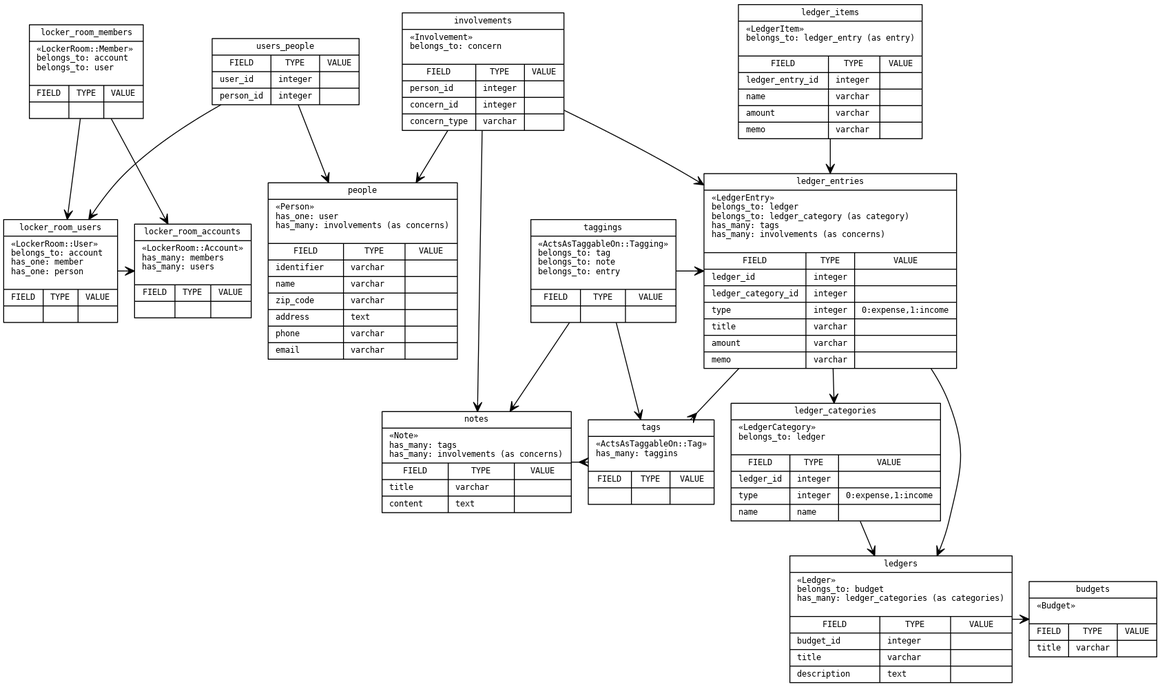
Before: doc/er.png, a diagram exported from Graphviz (grauwoelfchen/clerkdesk). Its source is kept beside it as doc/er.dot.
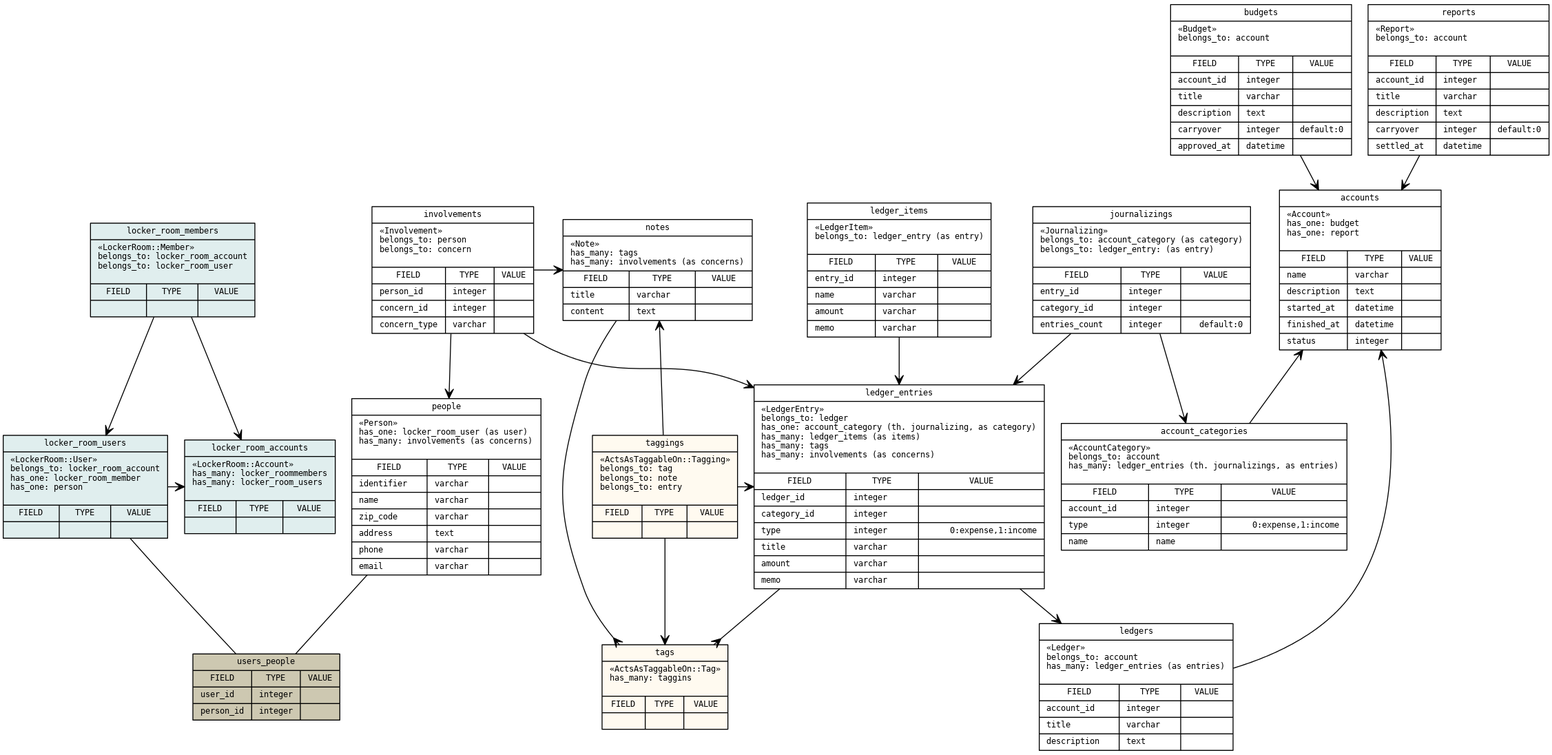
Above is the later version.

Diff of the diagram source:
```diff
@@ -18,28 +18,37 @@
     rankdir = LR
   ]
 
-  Account [
-    label = "{locker_room_accounts|«LockerRoom::Account»\lhas_many: members\lhas_many: users\l\n|{ \
+  LockerRoomAccount [
+    label = "{locker_room_accounts|«LockerRoom::Account»\lhas_many: locker_roommembers\lhas_many: locker_room_users\l\n|{ \
       {FIELD|\l}| \
       {TYPE|\l}| \
       {VALUE|\r} \
     }}"
+    style     = "filled"
+    fontcolor = "black"
+    fillcolor = "azure2"
   ]
 
-  User [
-    label = "{locker_room_users|«LockerRoom::User»\lbelongs_to: account\lhas_one: member\lhas_one: person\l\n|{ \
+  LockerRoomUser [
+    label = "{locker_room_users|«LockerRoom::User»\lbelongs_to: locker_room_account\lhas_one: locker_room_member\lhas_one: person\l\n|{ \
       {FIELD|\l}| \
       {TYPE|\l}| \
       {VALUE|\r} \
     }}"
+    style     = "filled"
+    fontcolor = "black"
+    fillcolor = "azure2"
   ]
 
-  Member [
-    label = "{locker_room_members|«LockerRoom::Member»\lbelongs_to: account\lbelongs_to: user\l\n|{ \
+  LockerRoomMember [
+    label = "{locker_room_members|«LockerRoom::Member»\lbelongs_to: locker_room_account\lbelongs_to: locker_room_user\l\n|{ \
       {FIELD|\l}| \
       {TYPE|\l}| \
       {VALUE|\r} \
     }}"
+    style     = "filled"
+    fontcolor = "black"
+    fillcolor = "azure2"
   ]
 
   Tag [
@@ -48,6 +57,9 @@
       {TYPE|\l}| \
       {VALUE|\r} \
     }}"
+    style     = "filled"
+    fontcolor = "black"
+    fillcolor = "floralwhite"
   ]
 
   Tagging [
@@ -56,6 +68,9 @@
       {TYPE|\l}| \
       {VALUE|\r} \
     }}"
+    style     = "filled"
+    fontcolor = "black"
+    fillcolor = "floralwhite"
   ]
 
   Note [
@@ -66,33 +81,58 @@
     }}"
   ]
 
+  Account [
+    label = "{accounts|«Account»\lhas_one: budget\lhas_one: settlement\l\n|{ \
+      {FIELD|name\l|description\l|started_at\l|finished_at\l|status\l}| \
+      {TYPE|varchar\l|text\l|datetime\l|datetime\l|integer\l}| \
+      {VALUE|\r|\r|\r|\r|\r} \
+    }}"
+  ]
+
+
+  AccountCategory [
+    label = "{account_categories|«AccountCategory»\lbelongs_to: account\lhas_many: ledger_entries (th. journalizings, as entries)\l\n|{ \
+      {FIELD|account_id\l|type\l|name\l}| \
+      {TYPE|integer\l|integer\l|name\l}| \
+      {VALUE|\r|0:expense,1:income\r|\r} \
+    }}"
+  ]
+
   Budget [
-    label = "{budgets|«Budget»\l\n|{ \
-      {FIELD|title\l}| \
-      {TYPE|varchar\l}| \
-      {VALUE|\r} \
+    label = "{budgets|«Budget»\lbelongs_to: account\l\n|{ \
+      {FIELD|account_id\l|title\l|description\l|carryover\l|approved_at\l}| \
+      {TYPE|integer\l|varchar\l|text\l|integer\l|datetime}| \
+      {VALUE|\r|\r|\r|default:0\r|\r} \
+    }}"
+  ]
+
+  Settlement [
+    label = "{settlements|«Settlement»\lbelongs_to: account\l\n|{ \
+      {FIELD|account_id\l|title\l|description\l|carryover\l|approved_at\l}| \
+      {TYPE|integer\l|varchar\l|text\l|integer\l|datetime}| \
+      {VALUE|\r|\r|\r|default:0\r|\r} \
     }}"
   ]
 
   Ledger [
-    label = "{ledgers|«Ledger»\lbelongs_to: budget\lhas_many: ledger_categories (as categories)\l\n|{ \
-      {FIELD|budget_id\l|title\l|description\l}| \
+    label = "{ledgers|«Ledger»\lbelongs_to: account\lhas_many: ledger_entries (as entries)\l\n|{ \
+      {FIELD|account_id\l|title\l|description\l}| \
       {TYPE|integer\l|varchar\l|text\l}| \
       {VALUE|\r|\r|\r} \
     }}"
   ]
 
-  LedgerCategory [
-    label = "{ledger_categories|«LedgerCategory»\lbelongs_to: ledger\l\n|{ \
-      {FIELD|ledger_id\l|type\l|name\l}| \
-      {TYPE|integer\l|integer\l|name\l}| \
-      {VALUE|\r|0:expense,1:income\r|\r} \
+  Journalizing [
+    label = "{journalizings|«Journalizing»\lbelongs_to: account_category (as category)\lbelongs_to: ledger_entry: (as entry)\l\n|{ \
+      {FIELD|entry_id\l|category_id\l|entries_count\l}| \
+      {TYPE|integer\l|integer\l|integer\l}| \
+      {VALUE|\r|\r|default:0\r} \
     }}"
   ]
 
   LedgerEntry [
-    label = "{ledger_entries|«LedgerEntry»\lbelongs_to: ledger\lbelongs_to: ledger_category (as category)\lhas_many: tags\lhas_many: involvements (as concerns)\l\n|{ \
-      {FIELD|ledger_id\l|ledger_category_id\l|type\l|title\l|amount\l|memo\l}| \
+    label = "{ledger_entries|«LedgerEntry»\lbelongs_to: ledger\lhas_one: account_category (th. journalizing, as category)\lhas_many: ledger_items (as items)\lhas_many: tags\lhas_many: involvements (as concerns)\l\n|{ \
+      {FIELD|ledger_id\l|category_id\l|type\l|title\l|amount\l|memo\l}| \
       {TYPE|integer\l|integer\l|integer\l|varchar\l|varchar\l|varchar\l}| \
       {VALUE|\r|\r|0:expense,1:income\r|\r|\r|\r} \
     }}"
@@ -100,14 +140,14 @@
 
   LedgerItem [
     label = "{ledger_items|«LedgerItem»\lbelongs_to: ledger_entry (as entry)\l\n|{ \
-      {FIELD|ledger_entry_id\l|name\l|amount\l|memo\l}| \
+      {FIELD|entry_id\l|name\l|amount\l|memo\l}| \
       {TYPE|integer\l|varchar\l|varchar\l|varchar\l}| \
       {VALUE|\r|\r|\r|\r} \
     }}"
   ]
 
   Involvement [
-    label = "{involvements|«Involvement»\lbelongs_to: concern\l\n|{ \
+    label = "{involvements|«Involvement»\lbelongs_to: person\lbelongs_to: concern\l\n|{ \
       {FIELD|person_id\l|concern_id\l|concern_type\l}| \
       {TYPE|integer\l|integer\l|varchar\l}| \
       {VALUE|\r|\r|\r} \
@@ -115,7 +155,7 @@
   ]
 
   Person [
-    label = "{people|«Person»\lhas_one: user\lhas_many: involvements (as concerns)\l\n|{ \
+    label = "{people|«Person»\lhas_one: locker_room_user (as user)\lhas_many: involvements (as concerns)\l\n|{ \
       {FIELD|identifier\l|name\l|zip_code\l|address\l|phone\l|email\l}| \
       {TYPE|varchar\l|varchar\l|varchar\l|text\l|varchar\l|varchar\l}| \
       {VALUE|\r|\r|\r|\r|\r|\r} \
@@ -133,6 +173,9 @@
       {TYPE|integer\l|integer\l}| \
       {VALUE|\r|\r} \
     }}"
+    style     = "filled"
+    fontcolor = "black"
+    fillcolor = "cornsilk3"
   ]
 
 
@@ -161,22 +204,24 @@
     dir       = both
   ]
 
-  Member -> Account
-  Member -> User
-  User   -> Account
+  LockerRoomMember -> LockerRoomAccount
+  LockerRoomMember -> LockerRoomUser
+  LockerRoomUser   -> LockerRoomAccount
 
   Tagging -> Tag
   Tagging -> Note
   Tagging -> LedgerEntry
 
-  Ledger         -> Budget
-  LedgerCategory -> Ledger
-  LedgerEntry    -> Ledger
-  LedgerEntry    -> LedgerCategory
-  LedgerItem     -> LedgerEntry
+  Budget     -> Account
+  Settlement -> Account
+  AccountCategory -> Account
 
-  UserPerson -> User
-  UserPerson -> Person
+  Ledger      -> Account
+  LedgerEntry -> Ledger
+  LedgerItem  -> LedgerEntry
+
+  Journalizing -> AccountCategory
+  Journalizing -> LedgerEntry
 
   Involvement -> Person
   Involvement -> Note
@@ -198,16 +243,28 @@
     dir       = both
   ]
 
+  edge [
+    arrowhead = none
+    arrowtail = none
+    headlabel = ""
+    taillabel = ""
+    dir       = both
+  ]
+
+  LockerRoomUser -> UserPerson
+  Person         -> UserPerson
+
 
   /**
    * Layout
    *
    */
 
-  {rank = same; Member;};
-  {rank = same; Account; User;};
-  {rank = same; Involvement; LedgerItem;};
-  {rank = same; Person; Tagging; LedgerEntry};
-  {rank = same; Note; Tag; LedgerCategory;};
-  {rank = same; Budget; Ledger;};
+  {rank = same; LockerRoomMember;};
+  {rank = same; LockerRoomAccount; LockerRoomUser; Person};
+  {rank = same; Note; Involvement; Account;};
+  {rank = same; Budget; Settlement;};
+  {rank = same; Involvement;};
+  {rank = same; Tagging; LedgerEntry;AccountCategory;};
+  {rank = same; Tag; Ledger;};
 }
```
